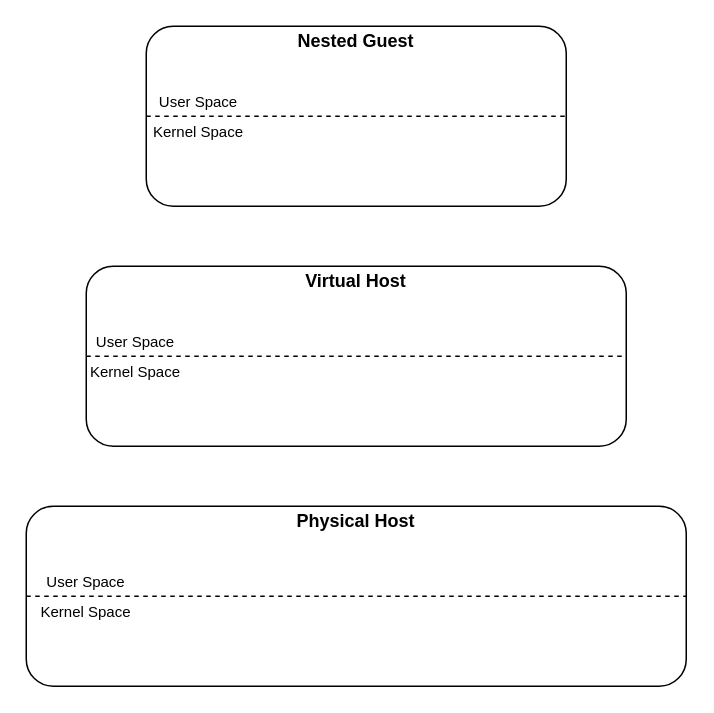
The draw.io diagram ioregionfd_debugging.drawio in vmuxIO/diagrams, before the edit. Source tidied: cells renumbered, new cells numbered last; positions are measured from the earlier drawing's top-left corner, leaving out a move shared by most shapes. Both pictures are drawn from the tidied source at 150%, with x=0, y=0 at pixel (26, 26).
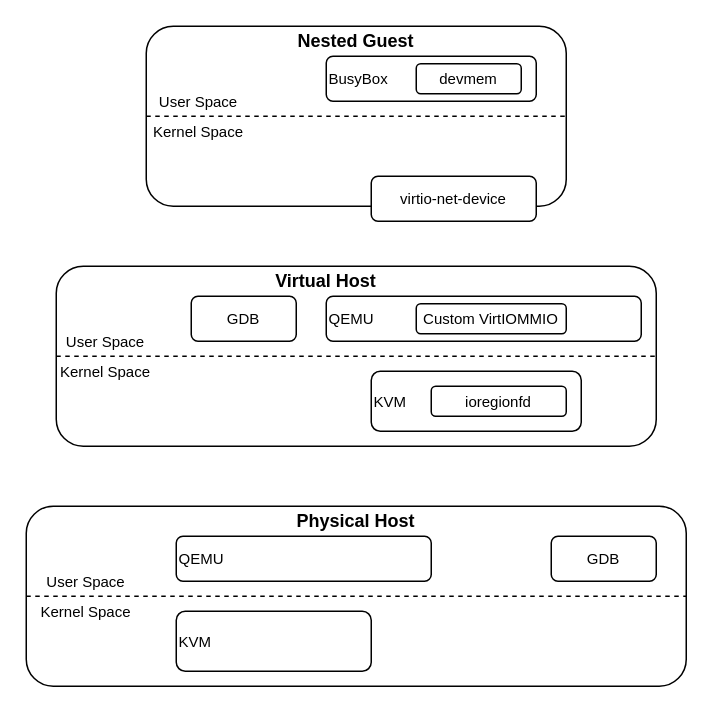
Above is the later version.

The change refers to these unchanged cells:
```xml
<mxCell id="2" style="group;" parent="1" vertex="1">
  <mxGeometry y="320" width="440" height="120" as="geometry" />
</mxCell>
```

Change to the diagram source:
```diff
@@
+    <mxCell id="20" value="&lt;div align=&quot;left&quot;&gt;KVM&lt;/div&gt;" style="rounded=1;whiteSpace=wrap;html=1;fontSize=10;align=left;" parent="2" vertex="1">
+      <mxGeometry x="100" y="70" width="130" height="40" as="geometry" />
+    </mxCell>
+    <mxCell id="21" value="&lt;div align=&quot;left&quot;&gt;QEMU&lt;/div&gt;" style="rounded=1;whiteSpace=wrap;html=1;fontSize=10;align=left;" parent="2" vertex="1">
+      <mxGeometry x="100" y="20" width="170" height="30" as="geometry" />
+    </mxCell>
+    <mxCell id="22" value="GDB" style="rounded=1;whiteSpace=wrap;html=1;fontSize=10;" parent="2" vertex="1">
+      <mxGeometry x="350" y="20" width="70" height="30" as="geometry" />
+    </mxCell>
     <mxCell id="8" style="group;" parent="1" vertex="1">
-      <mxGeometry x="40" y="160" width="360" height="120" as="geometry" />
+      <mxGeometry x="20" y="160" width="400" height="120" as="geometry" />
     </mxCell>
     <mxCell id="9" value="&lt;div&gt;&lt;br&gt;&lt;/div&gt;&lt;div&gt;&lt;br&gt;&lt;/div&gt;&lt;div&gt;&lt;br&gt;&lt;/div&gt;&lt;div align=&quot;left&quot;&gt;&lt;br&gt;&lt;/div&gt;&lt;div align=&quot;left&quot;&gt;&lt;br&gt;&lt;/div&gt;&lt;div&gt;&lt;br&gt;&lt;/div&gt;&lt;div&gt;&lt;br&gt;&lt;/div&gt;&lt;div&gt;&lt;br&gt;&lt;/div&gt;" style="rounded=1;whiteSpace=wrap;html=1;" parent="8" vertex="1">
-      <mxGeometry width="360" height="120" as="geometry" />
+      <mxGeometry width="400" height="120" as="geometry" />
     </mxCell>
@@
+    <mxCell id="23" value="&lt;div align=&quot;left&quot;&gt;KVM&lt;/div&gt;" style="rounded=1;whiteSpace=wrap;html=1;fontSize=10;align=left;" parent="8" vertex="1">
+      <mxGeometry x="210" y="70" width="140" height="40" as="geometry" />
+    </mxCell>
+    <mxCell id="24" value="ioregionfd" style="rounded=1;whiteSpace=wrap;html=1;fontSize=10;" parent="8" vertex="1">
+      <mxGeometry x="250" y="80" width="90" height="20" as="geometry" />
+    </mxCell>
+    <mxCell id="25" value="&lt;div align=&quot;left&quot;&gt;QEMU&lt;/div&gt;" style="rounded=1;whiteSpace=wrap;html=1;fontSize=10;align=left;" parent="8" vertex="1">
+      <mxGeometry x="180" y="20" width="210" height="30" as="geometry" />
+    </mxCell>
+    <mxCell id="26" value="Custom VirtIOMMIO" style="rounded=1;whiteSpace=wrap;html=1;fontSize=10;" parent="8" vertex="1">
+      <mxGeometry x="240" y="25" width="100" height="20" as="geometry" />
+    </mxCell>
+    <mxCell id="27" value="GDB" style="rounded=1;whiteSpace=wrap;html=1;fontSize=10;" parent="8" vertex="1">
+      <mxGeometry x="90" y="20" width="70" height="30" as="geometry" />
+    </mxCell>
     <mxCell id="14" style="group;" parent="1" vertex="1">
-      <mxGeometry x="80" width="280" height="120" as="geometry" />
+      <mxGeometry x="80" width="280" height="140" as="geometry" />
     </mxCell>
@@
+    <mxCell id="28" value="BusyBox" style="rounded=1;whiteSpace=wrap;html=1;fontSize=10;align=left;" parent="14" vertex="1">
+      <mxGeometry x="120" y="20" width="140" height="30" as="geometry" />
+    </mxCell>
+    <mxCell id="29" value="devmem" style="rounded=1;whiteSpace=wrap;html=1;fontSize=10;" parent="14" vertex="1">
+      <mxGeometry x="180" y="25" width="70" height="20" as="geometry" />
+    </mxCell>
+    <mxCell id="30" value="virtio-net-device" style="rounded=1;whiteSpace=wrap;html=1;fontSize=10;" parent="14" vertex="1">
+      <mxGeometry x="150" y="100" width="110" height="30" as="geometry" />
+    </mxCell>
```
